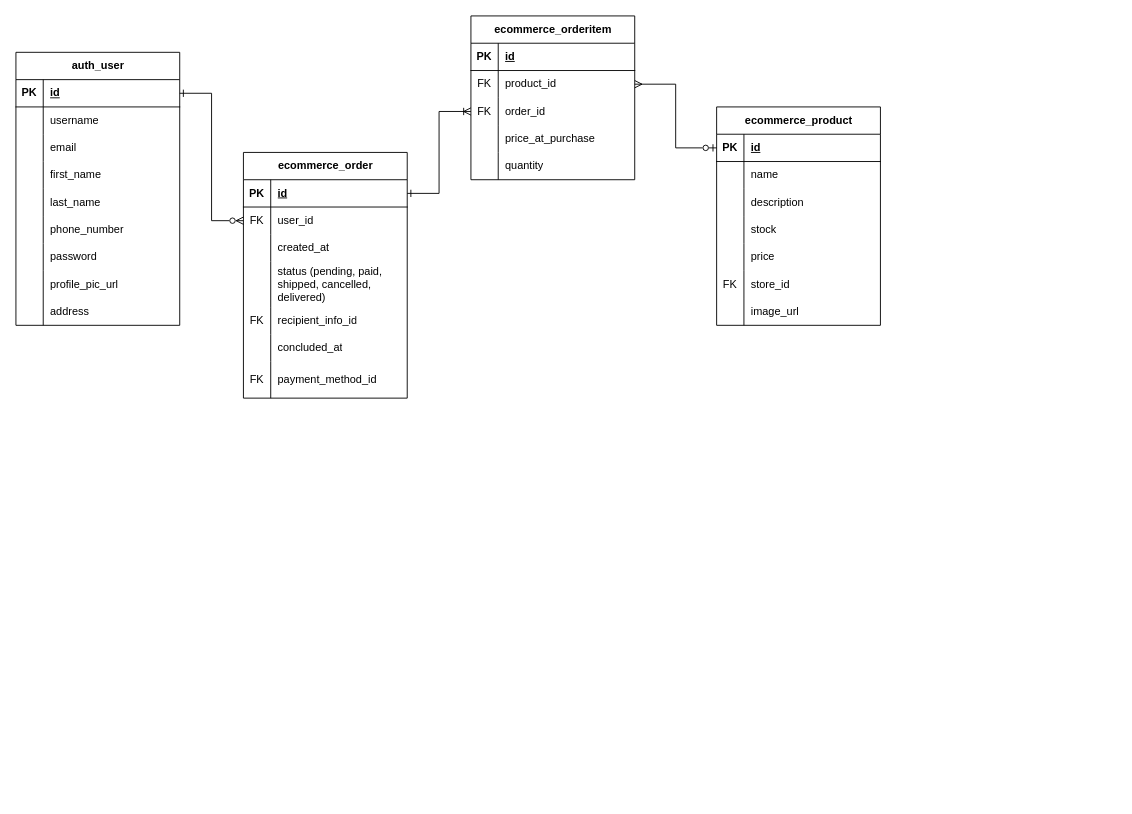
Earlier version of the draw.io diagram page "Order a product" (3 of 3) of E-Commerce API ERD.drawio (RHILIUS/drawio). Source tidied: cells renumbered, new cells numbered last; positions are measured from the earlier drawing's top-left corner, leaving out a move shared by most shapes. Both pictures are drawn from the tidied source at 91%, with x=0, y=0 at pixel (15, 15).
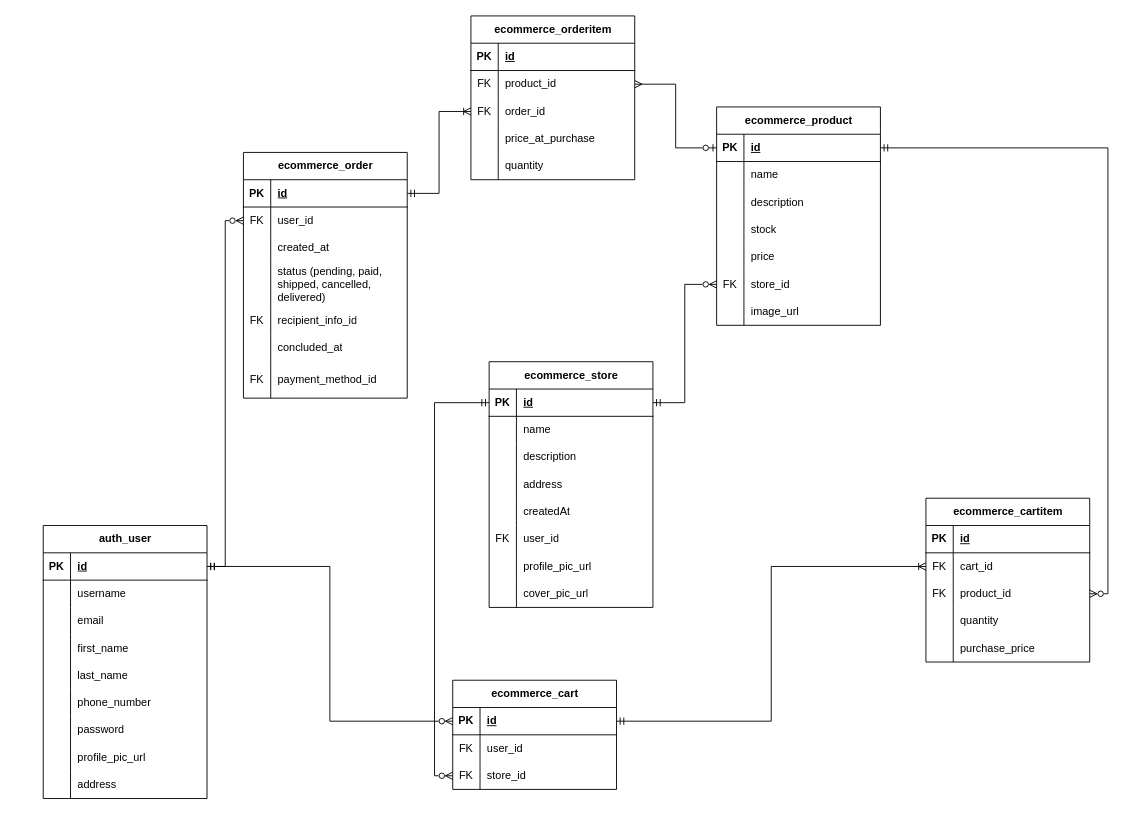
After the change.

Commit message (it also covers changes not shown here):
feat: add Store relationships for Cart and Order

The change refers to these unchanged cells:
```xml
<mxCell id="3" style="shape=tableRow;horizontal=0;startSize=0;swimlaneHead=0;swimlaneBody=0;fillColor=none;points=[[0,0.5],[1,0.5]];portConstraint=eastwest;top=0;left=0;right=0;bottom=1;" parent="2" vertex="1">
  <mxGeometry y="30" width="180" height="30" as="geometry" />
</mxCell>
<mxCell id="31" style="shape=tableRow;horizontal=0;startSize=0;swimlaneHead=0;swimlaneBody=0;fillColor=none;points=[[0,0.5],[1,0.5]];portConstraint=eastwest;top=0;left=0;right=0;bottom=1;" parent="30" vertex="1">
  <mxGeometry y="30" width="180" height="30" as="geometry" />
</mxCell>
<mxCell id="34" style="shape=tableRow;horizontal=0;startSize=0;swimlaneHead=0;swimlaneBody=0;fillColor=none;points=[[0,0.5],[1,0.5]];portConstraint=eastwest;top=0;left=0;right=0;bottom=0;" parent="30" vertex="1">
  <mxGeometry y="60" width="180" height="30" as="geometry" />
</mxCell>
<mxCell id="60" style="shape=tableRow;horizontal=0;startSize=0;swimlaneHead=0;swimlaneBody=0;fillColor=none;points=[[0,0.5],[1,0.5]];portConstraint=eastwest;top=0;left=0;right=0;bottom=0;" parent="53" vertex="1">
  <mxGeometry y="90" width="180" height="30" as="geometry" />
</mxCell>
<mxCell id="71" style="shape=tableRow;horizontal=0;startSize=0;swimlaneHead=0;swimlaneBody=0;fillColor=none;points=[[0,0.5],[1,0.5]];portConstraint=eastwest;top=0;left=0;right=0;bottom=1;" parent="70" vertex="1">
  <mxGeometry y="30" width="180" height="30" as="geometry" />
</mxCell>
<mxCell id="86" style="shape=tableRow;horizontal=0;startSize=0;swimlaneHead=0;swimlaneBody=0;fillColor=none;points=[[0,0.5],[1,0.5]];portConstraint=eastwest;top=0;left=0;right=0;bottom=0;" parent="70" vertex="1">
  <mxGeometry y="180" width="180" height="30" as="geometry" />
</mxCell>
```

What changed in the source:
```diff
@@
     <mxCell id="2" value="auth_user" style="shape=table;startSize=30;childLayout=tableLayout;rowLines=0;fontStyle=1;align=center;html=1;" parent="1" vertex="1">
-      <mxGeometry y="40" width="180" height="300" as="geometry" />
+      <mxGeometry x="30" y="560" width="180" height="300" as="geometry" />
     </mxCell>
@@
-    <mxCell id="52" style="edgeStyle=orthogonalEdgeStyle;rounded=0;jettySize=auto;html=1;endArrow=ERzeroToMany;endFill=0;startArrow=ERone;startFill=0;" parent="1" edge="1" source="3" target="34">
+    <mxCell id="52" style="edgeStyle=orthogonalEdgeStyle;rounded=0;jettySize=auto;html=1;endArrow=ERzeroToMany;endFill=0;startArrow=ERmandOne;startFill=0;" parent="1" edge="1" source="3" target="34">
       <mxGeometry relative="1" as="geometry" />
     </mxCell>
@@
-    <mxCell id="69" style="edgeStyle=orthogonalEdgeStyle;rounded=0;jettySize=auto;html=1;endArrow=ERoneToMany;endFill=0;startArrow=ERone;startFill=0;" parent="1" edge="1" source="31" target="60">
+    <mxCell id="69" style="edgeStyle=orthogonalEdgeStyle;rounded=0;jettySize=auto;html=1;endArrow=ERoneToMany;endFill=0;startArrow=ERmandOne;startFill=0;" parent="1" edge="1" source="31" target="60">
       <mxGeometry relative="1" as="geometry" />
     </mxCell>
@@
+    <mxCell id="93" value="ecommerce_store" style="shape=table;startSize=30;childLayout=tableLayout;rowLines=0;fontStyle=1;align=center;html=1;" parent="1" vertex="1">
+      <mxGeometry x="520" y="380" width="180" height="270" as="geometry" />
+    </mxCell>
+    <mxCell id="94" style="shape=tableRow;horizontal=0;startSize=0;swimlaneHead=0;swimlaneBody=0;fillColor=none;points=[[0,0.5],[1,0.5]];portConstraint=eastwest;top=0;left=0;right=0;bottom=1;" parent="93" vertex="1">
+      <mxGeometry y="30" width="180" height="30" as="geometry" />
+    </mxCell>
+    <mxCell id="95" value="PK" style="shape=partialRectangle;fillColor=none;top=0;left=0;bottom=0;right=0;fontStyle=1;overflow=hidden;whiteSpace=wrap;html=1;" parent="94" vertex="1">
+      <mxGeometry width="30" height="30" as="geometry" />
+    </mxCell>
+    <mxCell id="96" value="id" style="shape=partialRectangle;fillColor=none;top=0;left=0;bottom=0;right=0;align=left;spacingLeft=6;fontStyle=5;overflow=hidden;whiteSpace=wrap;html=1;" parent="94" vertex="1">
+      <mxGeometry x="30" width="150" height="30" as="geometry" />
+    </mxCell>
+    <mxCell id="97" style="shape=tableRow;horizontal=0;startSize=0;swimlaneHead=0;swimlaneBody=0;fillColor=none;top=0;left=0;right=0;bottom=0;" parent="93" vertex="1">
+      <mxGeometry y="60" width="180" height="30" as="geometry" />
+    </mxCell>
+    <mxCell id="98" style="shape=partialRectangle;fillColor=none;top=0;left=0;bottom=0;right=0;overflow=hidden;whiteSpace=wrap;html=1;" parent="97" vertex="1">
+      <mxGeometry width="30" height="30" as="geometry" />
+    </mxCell>
+    <mxCell id="99" value="name" style="shape=partialRectangle;fillColor=none;top=0;left=0;bottom=0;right=0;align=left;spacingLeft=6;overflow=hidden;whiteSpace=wrap;html=1;" parent="97" vertex="1">
+      <mxGeometry x="30" width="150" height="30" as="geometry" />
+    </mxCell>
+    <mxCell id="100" style="shape=tableRow;horizontal=0;startSize=0;swimlaneHead=0;swimlaneBody=0;fillColor=none;top=0;left=0;right=0;bottom=0;" parent="93" vertex="1">
+      <mxGeometry y="90" width="180" height="30" as="geometry" />
+    </mxCell>
+    <mxCell id="101" style="shape=partialRectangle;fillColor=none;top=0;left=0;bottom=0;right=0;overflow=hidden;whiteSpace=wrap;html=1;" parent="100" vertex="1">
+      <mxGeometry width="30" height="30" as="geometry" />
+    </mxCell>
+    <mxCell id="102" value="description" style="shape=partialRectangle;fillColor=none;top=0;left=0;bottom=0;right=0;align=left;spacingLeft=6;overflow=hidden;whiteSpace=wrap;html=1;" parent="100" vertex="1">
+      <mxGeometry x="30" width="150" height="30" as="geometry" />
+    </mxCell>
+    <mxCell id="103" style="shape=tableRow;horizontal=0;startSize=0;swimlaneHead=0;swimlaneBody=0;fillColor=none;top=0;left=0;right=0;bottom=0;" parent="93" vertex="1">
+      <mxGeometry y="120" width="180" height="30" as="geometry" />
+    </mxCell>
+    <mxCell id="104" style="shape=partialRectangle;fillColor=none;top=0;left=0;bottom=0;right=0;overflow=hidden;whiteSpace=wrap;html=1;" parent="103" vertex="1">
+      <mxGeometry width="30" height="30" as="geometry" />
+    </mxCell>
+    <mxCell id="105" value="address" style="shape=partialRectangle;fillColor=none;top=0;left=0;bottom=0;right=0;align=left;spacingLeft=6;overflow=hidden;whiteSpace=wrap;html=1;" parent="103" vertex="1">
+      <mxGeometry x="30" width="150" height="30" as="geometry" />
+    </mxCell>
+    <mxCell id="106" style="shape=tableRow;horizontal=0;startSize=0;swimlaneHead=0;swimlaneBody=0;fillColor=none;top=0;left=0;right=0;bottom=0;" parent="93" vertex="1">
+      <mxGeometry y="150" width="180" height="30" as="geometry" />
+    </mxCell>
+    <mxCell id="107" style="shape=partialRectangle;fillColor=none;top=0;left=0;bottom=0;right=0;overflow=hidden;whiteSpace=wrap;html=1;" parent="106" vertex="1">
+      <mxGeometry width="30" height="30" as="geometry" />
+    </mxCell>
+    <mxCell id="108" value="createdAt" style="shape=partialRectangle;fillColor=none;top=0;left=0;bottom=0;right=0;align=left;spacingLeft=6;overflow=hidden;whiteSpace=wrap;html=1;" parent="106" vertex="1">
+      <mxGeometry x="30" width="150" height="30" as="geometry" />
+    </mxCell>
+    <mxCell id="109" style="shape=tableRow;horizontal=0;startSize=0;swimlaneHead=0;swimlaneBody=0;fillColor=none;top=0;left=0;right=0;bottom=0;" parent="93" vertex="1">
+      <mxGeometry y="180" width="180" height="30" as="geometry" />
+    </mxCell>
+    <mxCell id="110" value="FK" style="shape=partialRectangle;fillColor=none;top=0;left=0;bottom=0;right=0;overflow=hidden;whiteSpace=wrap;html=1;" parent="109" vertex="1">
+      <mxGeometry width="30" height="30" as="geometry" />
+    </mxCell>
+    <mxCell id="111" value="user_id" style="shape=partialRectangle;fillColor=none;top=0;left=0;bottom=0;right=0;align=left;spacingLeft=6;overflow=hidden;whiteSpace=wrap;html=1;" parent="109" vertex="1">
+      <mxGeometry x="30" width="150" height="30" as="geometry" />
+    </mxCell>
+    <mxCell id="112" style="shape=tableRow;horizontal=0;startSize=0;swimlaneHead=0;swimlaneBody=0;fillColor=none;top=0;left=0;right=0;bottom=0;" parent="93" vertex="1">
+      <mxGeometry y="210" width="180" height="30" as="geometry" />
+    </mxCell>
+    <mxCell id="113" style="shape=partialRectangle;fillColor=none;top=0;left=0;bottom=0;right=0;overflow=hidden;whiteSpace=wrap;html=1;" parent="112" vertex="1">
+      <mxGeometry width="30" height="30" as="geometry" />
+    </mxCell>
+    <mxCell id="114" value="profile_pic_url" style="shape=partialRectangle;fillColor=none;top=0;left=0;bottom=0;right=0;align=left;spacingLeft=6;overflow=hidden;whiteSpace=wrap;html=1;" parent="112" vertex="1">
+      <mxGeometry x="30" width="150" height="30" as="geometry" />
+    </mxCell>
+    <mxCell id="115" style="shape=tableRow;horizontal=0;startSize=0;swimlaneHead=0;swimlaneBody=0;fillColor=none;top=0;left=0;right=0;bottom=0;" parent="93" vertex="1">
+      <mxGeometry y="240" width="180" height="30" as="geometry" />
+    </mxCell>
+    <mxCell id="116" style="shape=partialRectangle;fillColor=none;top=0;left=0;bottom=0;right=0;overflow=hidden;whiteSpace=wrap;html=1;" parent="115" vertex="1">
+      <mxGeometry width="30" height="30" as="geometry" />
+    </mxCell>
+    <mxCell id="117" value="cover_pic_url" style="shape=partialRectangle;fillColor=none;top=0;left=0;bottom=0;right=0;align=left;spacingLeft=6;overflow=hidden;whiteSpace=wrap;html=1;" parent="115" vertex="1">
+      <mxGeometry x="30" width="150" height="30" as="geometry" />
+    </mxCell>
+    <mxCell id="118" style="edgeStyle=orthogonalEdgeStyle;rounded=0;jettySize=auto;html=1;endArrow=ERzeroToMany;endFill=0;startArrow=ERmandOne;startFill=0;" parent="1" edge="1" source="94" target="86">
+      <mxGeometry relative="1" as="geometry" />
+    </mxCell>
+    <mxCell id="119" value="ecommerce_cartitem" style="shape=table;startSize=30;childLayout=tableLayout;rowLines=0;fontStyle=1;align=center;html=1;" parent="1" vertex="1">
+      <mxGeometry x="1000" y="530" width="180" height="180" as="geometry" />
+    </mxCell>
+    <mxCell id="120" style="shape=tableRow;horizontal=0;startSize=0;swimlaneHead=0;swimlaneBody=0;fillColor=none;top=0;left=0;right=0;bottom=1;" parent="119" vertex="1">
+      <mxGeometry y="30" width="180" height="30" as="geometry" />
+    </mxCell>
+    <mxCell id="121" value="PK" style="shape=partialRectangle;fillColor=none;top=0;left=0;bottom=0;right=0;fontStyle=1;overflow=hidden;whiteSpace=wrap;html=1;" parent="120" vertex="1">
+      <mxGeometry width="30" height="30" as="geometry" />
+    </mxCell>
+    <mxCell id="122" value="id" style="shape=partialRectangle;fillColor=none;top=0;left=0;bottom=0;right=0;align=left;spacingLeft=6;fontStyle=5;overflow=hidden;whiteSpace=wrap;html=1;" parent="120" vertex="1">
+      <mxGeometry x="30" width="150" height="30" as="geometry" />
+    </mxCell>
+    <mxCell id="123" style="shape=tableRow;horizontal=0;startSize=0;swimlaneHead=0;swimlaneBody=0;fillColor=none;points=[[0,0.5],[1,0.5]];portConstraint=eastwest;top=0;left=0;right=0;bottom=0;" parent="119" vertex="1">
+      <mxGeometry y="60" width="180" height="30" as="geometry" />
+    </mxCell>
+    <mxCell id="124" value="FK" style="shape=partialRectangle;fillColor=none;top=0;left=0;bottom=0;right=0;overflow=hidden;whiteSpace=wrap;html=1;" parent="123" vertex="1">
+      <mxGeometry width="30" height="30" as="geometry" />
+    </mxCell>
+    <mxCell id="125" value="cart_id" style="shape=partialRectangle;fillColor=none;top=0;left=0;bottom=0;right=0;align=left;spacingLeft=6;overflow=hidden;whiteSpace=wrap;html=1;" parent="123" vertex="1">
+      <mxGeometry x="30" width="150" height="30" as="geometry" />
+    </mxCell>
+    <mxCell id="126" style="shape=tableRow;horizontal=0;startSize=0;swimlaneHead=0;swimlaneBody=0;fillColor=none;points=[[0,0.5],[1,0.5]];portConstraint=eastwest;top=0;left=0;right=0;bottom=0;" parent="119" vertex="1">
+      <mxGeometry y="90" width="180" height="30" as="geometry" />
+    </mxCell>
+    <mxCell id="127" value="FK" style="shape=partialRectangle;fillColor=none;top=0;left=0;bottom=0;right=0;overflow=hidden;whiteSpace=wrap;html=1;" parent="126" vertex="1">
+      <mxGeometry width="30" height="30" as="geometry" />
+    </mxCell>
+    <mxCell id="128" value="product_id" style="shape=partialRectangle;fillColor=none;top=0;left=0;bottom=0;right=0;align=left;spacingLeft=6;overflow=hidden;whiteSpace=wrap;html=1;" parent="126" vertex="1">
+      <mxGeometry x="30" width="150" height="30" as="geometry" />
+    </mxCell>
+    <mxCell id="129" style="shape=tableRow;horizontal=0;startSize=0;swimlaneHead=0;swimlaneBody=0;fillColor=none;top=0;left=0;right=0;bottom=0;" parent="119" vertex="1">
+      <mxGeometry y="120" width="180" height="30" as="geometry" />
+    </mxCell>
+    <mxCell id="130" style="shape=partialRectangle;fillColor=none;top=0;left=0;bottom=0;right=0;overflow=hidden;whiteSpace=wrap;html=1;" parent="129" vertex="1">
+      <mxGeometry width="30" height="30" as="geometry" />
+    </mxCell>
+    <mxCell id="131" value="quantity" style="shape=partialRectangle;fillColor=none;top=0;left=0;bottom=0;right=0;align=left;spacingLeft=6;overflow=hidden;whiteSpace=wrap;html=1;" parent="129" vertex="1">
+      <mxGeometry x="30" width="150" height="30" as="geometry" />
+    </mxCell>
+    <mxCell id="132" style="shape=tableRow;horizontal=0;startSize=0;swimlaneHead=0;swimlaneBody=0;fillColor=none;top=0;left=0;right=0;bottom=0;" parent="119" vertex="1">
+      <mxGeometry y="150" width="180" height="30" as="geometry" />
+    </mxCell>
+    <mxCell id="133" style="shape=partialRectangle;fillColor=none;top=0;left=0;bottom=0;right=0;overflow=hidden;whiteSpace=wrap;html=1;" parent="132" vertex="1">
+      <mxGeometry width="30" height="30" as="geometry" />
+    </mxCell>
+    <mxCell id="134" value="purchase_price" style="shape=partialRectangle;fillColor=none;top=0;left=0;bottom=0;right=0;align=left;spacingLeft=6;overflow=hidden;whiteSpace=wrap;html=1;" parent="132" vertex="1">
+      <mxGeometry x="30" width="150" height="30" as="geometry" />
+    </mxCell>
+    <mxCell id="135" style="edgeStyle=orthogonalEdgeStyle;rounded=0;jettySize=auto;html=1;entryX=1;entryY=0.5;entryDx=0;entryDy=0;endArrow=ERzeroToMany;endFill=0;startArrow=ERmandOne;startFill=0;exitX=1;exitY=0.5;exitDx=0;exitDy=0;" parent="1" edge="1" source="71" target="126">
+      <mxGeometry relative="1" as="geometry" />
+    </mxCell>
+    <mxCell id="136" value="ecommerce_cart" style="shape=table;startSize=30;childLayout=tableLayout;rowLines=0;fontStyle=1;align=center;html=1;" parent="1" vertex="1">
+      <mxGeometry x="480" y="730" width="180" height="120" as="geometry" />
+    </mxCell>
+    <mxCell id="137" style="shape=tableRow;horizontal=0;startSize=0;swimlaneHead=0;swimlaneBody=0;fillColor=none;points=[[0,0.5],[1,0.5]];portConstraint=eastwest;top=0;left=0;right=0;bottom=1;" parent="136" vertex="1">
+      <mxGeometry y="30" width="180" height="30" as="geometry" />
+    </mxCell>
+    <mxCell id="138" value="PK" style="shape=partialRectangle;fillColor=none;top=0;left=0;bottom=0;right=0;fontStyle=1;overflow=hidden;whiteSpace=wrap;html=1;" parent="137" vertex="1">
+      <mxGeometry width="30" height="30" as="geometry" />
+    </mxCell>
+    <mxCell id="139" value="id" style="shape=partialRectangle;fillColor=none;top=0;left=0;bottom=0;right=0;align=left;spacingLeft=6;fontStyle=5;overflow=hidden;whiteSpace=wrap;html=1;" parent="137" vertex="1">
+      <mxGeometry x="30" width="150" height="30" as="geometry" />
+    </mxCell>
+    <mxCell id="140" style="shape=tableRow;horizontal=0;startSize=0;swimlaneHead=0;swimlaneBody=0;fillColor=none;top=0;left=0;right=0;bottom=0;" parent="136" vertex="1">
+      <mxGeometry y="60" width="180" height="30" as="geometry" />
+    </mxCell>
+    <mxCell id="141" value="FK" style="shape=partialRectangle;fillColor=none;top=0;left=0;bottom=0;right=0;overflow=hidden;whiteSpace=wrap;html=1;" parent="140" vertex="1">
+      <mxGeometry width="30" height="30" as="geometry" />
+    </mxCell>
+    <mxCell id="142" value="user_id" style="shape=partialRectangle;fillColor=none;top=0;left=0;bottom=0;right=0;align=left;spacingLeft=6;overflow=hidden;whiteSpace=wrap;html=1;" parent="140" vertex="1">
+      <mxGeometry x="30" width="150" height="30" as="geometry" />
+    </mxCell>
+    <mxCell id="143" style="shape=tableRow;horizontal=0;startSize=0;swimlaneHead=0;swimlaneBody=0;fillColor=none;points=[[0,0.5],[1,0.5]];portConstraint=eastwest;top=0;left=0;right=0;bottom=0;" parent="136" vertex="1">
+      <mxGeometry y="90" width="180" height="30" as="geometry" />
+    </mxCell>
+    <mxCell id="144" value="FK" style="shape=partialRectangle;fillColor=none;top=0;left=0;bottom=0;right=0;overflow=hidden;whiteSpace=wrap;html=1;" parent="143" vertex="1">
+      <mxGeometry width="30" height="30" as="geometry" />
+    </mxCell>
+    <mxCell id="145" value="store_id" style="shape=partialRectangle;fillColor=none;top=0;left=0;bottom=0;right=0;align=left;spacingLeft=6;overflow=hidden;whiteSpace=wrap;html=1;" parent="143" vertex="1">
+      <mxGeometry x="30" width="150" height="30" as="geometry" />
+    </mxCell>
+    <mxCell id="146" style="edgeStyle=orthogonalEdgeStyle;rounded=0;jettySize=auto;html=1;endArrow=ERoneToMany;endFill=0;startArrow=ERmandOne;startFill=0;" parent="1" edge="1" source="137" target="123">
+      <mxGeometry relative="1" as="geometry" />
+    </mxCell>
+    <mxCell id="147" style="edgeStyle=orthogonalEdgeStyle;rounded=0;jettySize=auto;html=1;endArrow=ERzeroToMany;endFill=0;startArrow=ERmandOne;startFill=0;exitX=1;exitY=0.5;exitDx=0;exitDy=0;" parent="1" edge="1" source="3" target="137">
+      <mxGeometry relative="1" as="geometry" />
+    </mxCell>
+    <mxCell id="148" style="edgeStyle=orthogonalEdgeStyle;rounded=0;jettySize=auto;html=1;entryX=0;entryY=0.5;entryDx=0;entryDy=0;endArrow=ERzeroToMany;endFill=0;startArrow=ERmandOne;startFill=0;" parent="1" edge="1" source="94" target="143">
+      <mxGeometry relative="1" as="geometry" />
+    </mxCell>
```
